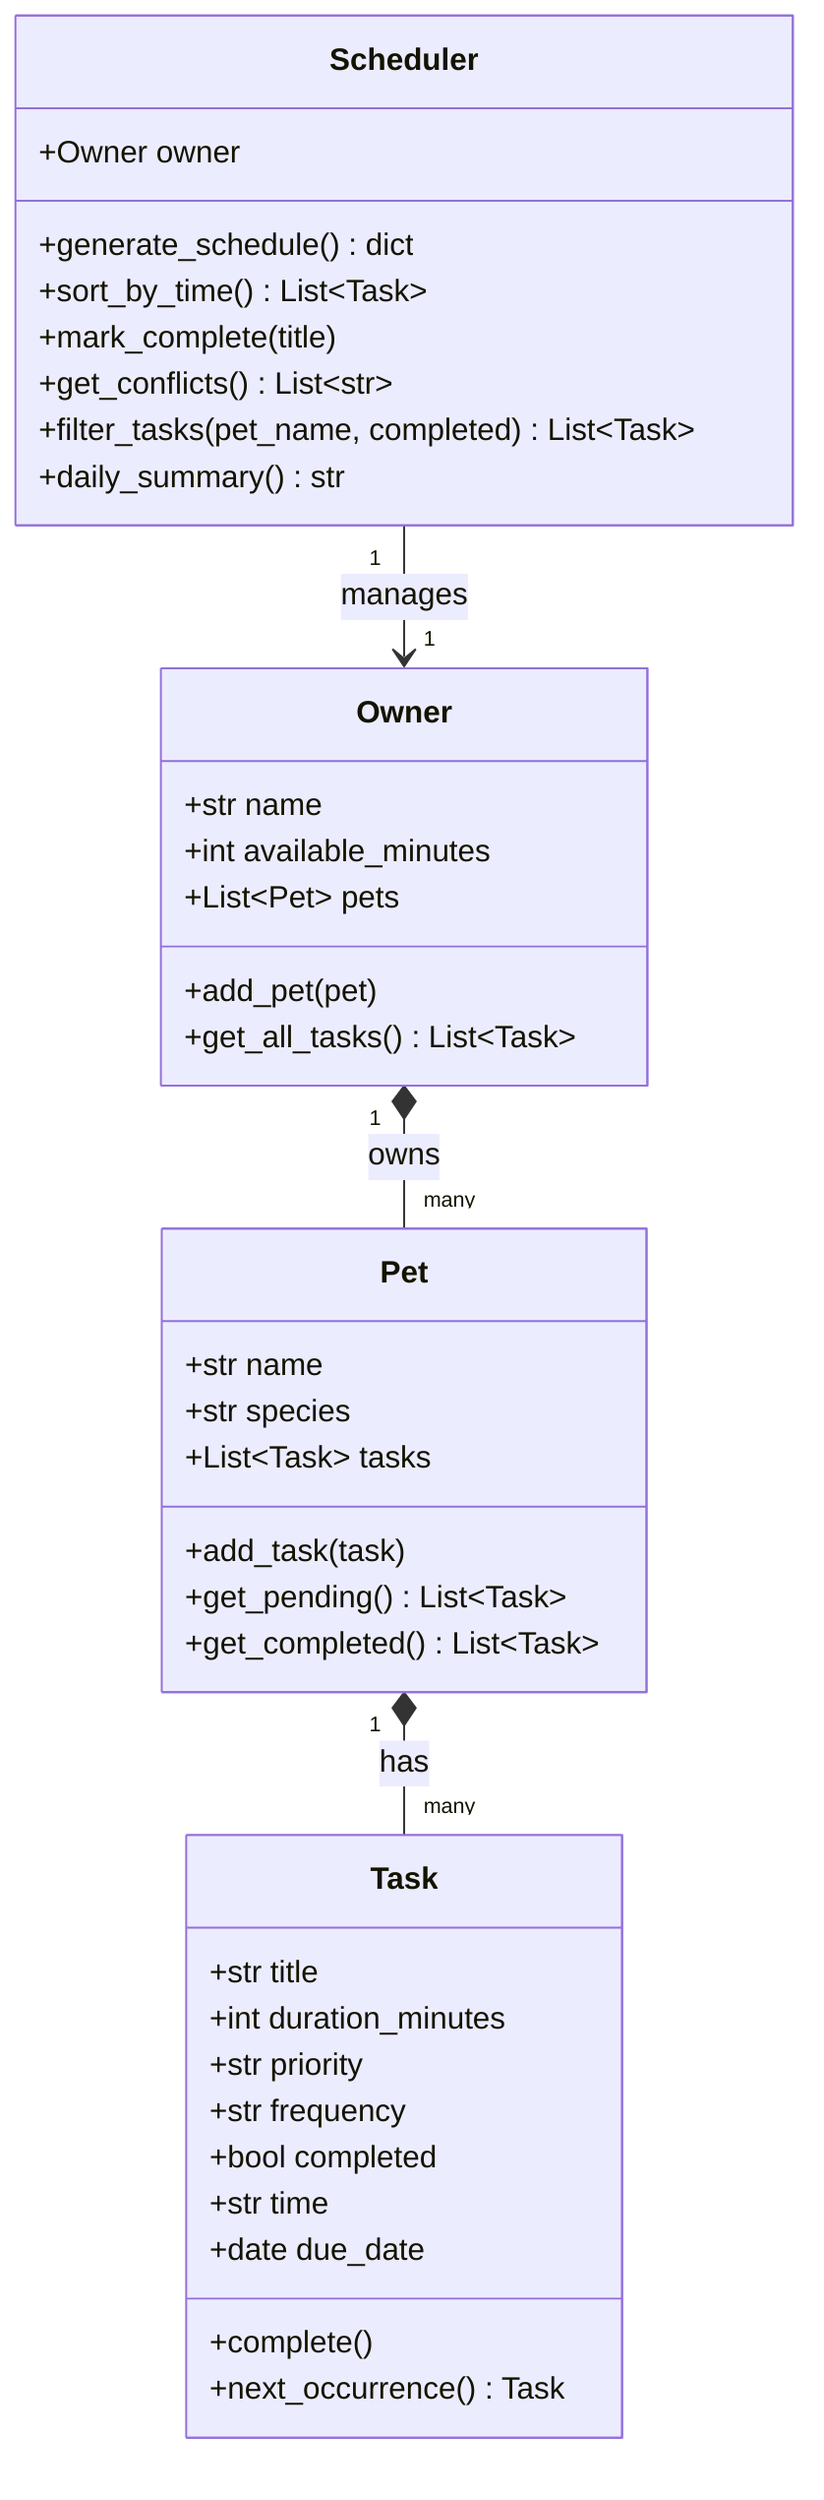
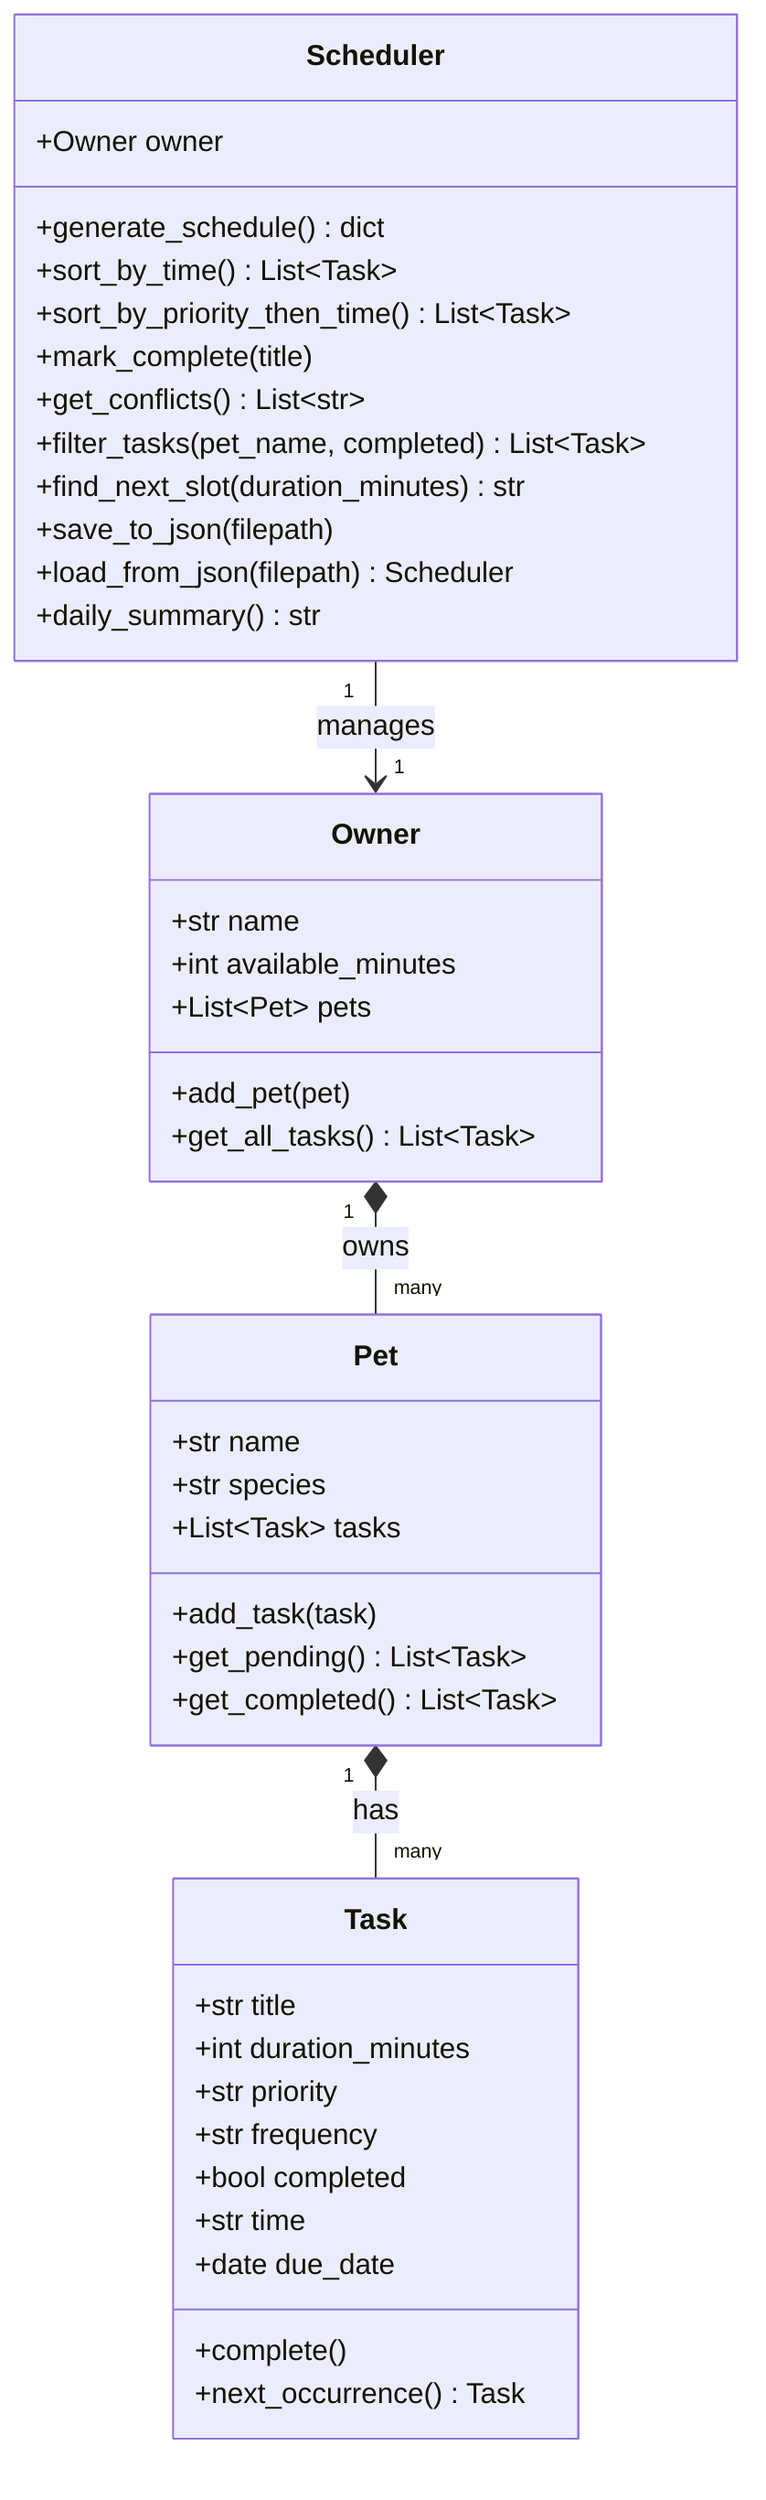
classDiagram
    class Task {
        +str title
        +int duration_minutes
        +str priority
        +str frequency
        +bool completed
        +str time
        +date due_date
        +complete()
        +next_occurrence() Task
    }

    class Pet {
        +str name
        +str species
        +List~Task~ tasks
        +add_task(task)
        +get_pending() List~Task~
        +get_completed() List~Task~
    }

    class Owner {
        +str name
        +int available_minutes
        +List~Pet~ pets
        +add_pet(pet)
        +get_all_tasks() List~Task~
    }

    class Scheduler {
        +Owner owner
        +generate_schedule() dict
        +sort_by_time() List~Task~
+         +sort_by_priority_then_time() List~Task~
        +mark_complete(title)
        +get_conflicts() List~str~
        +filter_tasks(pet_name, completed) List~Task~
+         +find_next_slot(duration_minutes) str
+         +save_to_json(filepath)
+         +load_from_json(filepath) Scheduler
        +daily_summary() str
    }

    Owner "1" *-- "many" Pet : owns
    Pet "1" *-- "many" Task : has
    Scheduler "1" --> "1" Owner : manages
